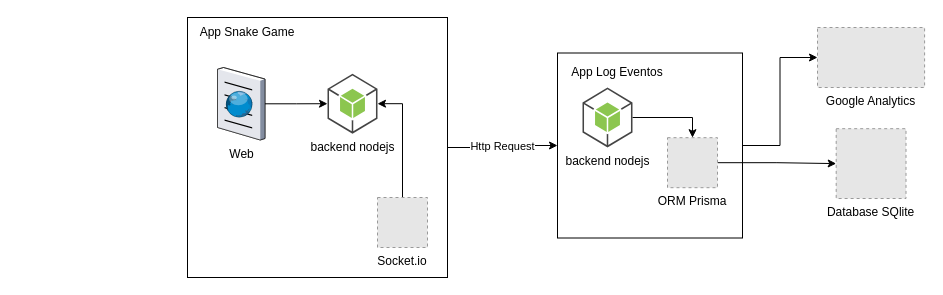
This is Arquitetura Snake Game.drawio from eduardokaique/snakeGame, a draw.io file, before an edit. Source tidied: cells renumbered, new cells numbered last; positions are measured from the earlier drawing's top-left corner, leaving out a move shared by most shapes. Both pictures are drawn from the tidied source at 100%, with x=0, y=0 at pixel (187, 17). Pictures stored in the file or linked from it are replaced by grey dashed boxes.
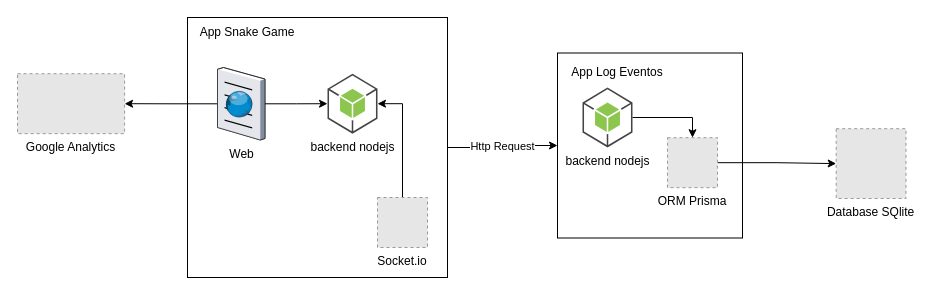
The same diagram, later.

Diff of the diagram source:
```diff
@@
 <mxGraphModel>
   <root>
     <mxCell id="0" />
     <mxCell id="1" parent="0" />
     <mxCell id="2" value="Http Request" style="edgeStyle=orthogonalEdgeStyle;rounded=0;jettySize=auto;html=1;" parent="1" edge="1" source="3" target="6">
       <mxGeometry relative="1" as="geometry" />
     </mxCell>
     <mxCell id="3" style="whiteSpace=wrap;html=1;" parent="1" vertex="1">
       <mxGeometry width="260" height="260" as="geometry" />
     </mxCell>
     <mxCell id="4" value="App Snake Game" style="text;html=1;strokeColor=none;fillColor=none;align=center;verticalAlign=middle;whiteSpace=wrap;rounded=0;" parent="1" vertex="1">
       <mxGeometry x="10" width="100" height="30" as="geometry" />
     </mxCell>
-    <mxCell id="5" style="edgeStyle=orthogonalEdgeStyle;rounded=0;jettySize=auto;html=1;" parent="1" edge="1" source="6" target="17">
-      <mxGeometry relative="1" as="geometry" />
-    </mxCell>
     <mxCell id="6" style="whiteSpace=wrap;html=1;" parent="1" vertex="1">
       <mxGeometry x="370" y="35.5" width="185" height="185" as="geometry" />
     </mxCell>
     <mxCell id="7" value="App Log Eventos" style="text;html=1;strokeColor=none;fillColor=none;align=center;verticalAlign=middle;whiteSpace=wrap;rounded=0;" parent="1" vertex="1">
       <mxGeometry x="380" y="40" width="100" height="30" as="geometry" />
     </mxCell>
     <mxCell id="8" style="edgeStyle=orthogonalEdgeStyle;rounded=0;jettySize=auto;html=1;" parent="1" edge="1" source="9" target="10">
       <mxGeometry relative="1" as="geometry" />
     </mxCell>
+    <mxCell id="19" style="edgeStyle=orthogonalEdgeStyle;rounded=0;jettySize=auto;html=1;" parent="1" edge="1" source="9" target="17">
+      <mxGeometry relative="1" as="geometry" />
+    </mxCell>
     <mxCell id="9" value="Web" style="verticalLabelPosition=bottom;sketch=0;html=1;verticalAlign=top;strokeColor=none;align=center;outlineConnect=0;shape=mxgraph.citrix.browser;" parent="1" vertex="1">
       <mxGeometry x="30" y="50" width="47.5" height="72.5" as="geometry" />
     </mxCell>
     <mxCell id="10" value="backend nodejs" style="outlineConnect=0;dashed=0;verticalLabelPosition=bottom;verticalAlign=top;align=center;html=1;shape=mxgraph.aws3.android;fillColor=#8CC64F;gradientColor=none;" parent="1" vertex="1">
       <mxGeometry x="140" y="56.2" width="50" height="60" as="geometry" />
     </mxCell>
     <mxCell id="11" style="edgeStyle=orthogonalEdgeStyle;rounded=0;jettySize=auto;html=1;entryX=0.5;entryY=0;entryDx=0;entryDy=0;" parent="1" edge="1" source="12" target="16">
       <mxGeometry relative="1" as="geometry" />
     </mxCell>
     <mxCell id="12" value="backend nodejs" style="outlineConnect=0;dashed=0;verticalLabelPosition=bottom;verticalAlign=top;align=center;html=1;shape=mxgraph.aws3.android;fillColor=#8CC64F;gradientColor=none;" parent="1" vertex="1">
       <mxGeometry x="395" y="70" width="50" height="60" as="geometry" />
     </mxCell>
     <mxCell id="13" style="edgeStyle=orthogonalEdgeStyle;rounded=0;jettySize=auto;html=1;entryX=1;entryY=0.5;entryDx=0;entryDy=0;entryPerimeter=0;" parent="1" edge="1" source="14" target="10">
       <mxGeometry relative="1" as="geometry" />
     </mxCell>
     <mxCell id="14" value="Socket.io" style="fillColor=#E6E6E6;strokeColor=#999999;dashed=1;verticalLabelPosition=bottom;verticalAlign=top;" parent="1" vertex="1">
       <mxGeometry x="190" y="180" width="50" height="50" as="geometry" />
     </mxCell>
     <mxCell id="15" style="edgeStyle=orthogonalEdgeStyle;rounded=0;jettySize=auto;html=1;" parent="1" edge="1" source="16" target="18">
       <mxGeometry relative="1" as="geometry" />
     </mxCell>
     <mxCell id="16" value="ORM Prisma" style="fillColor=#E6E6E6;strokeColor=#999999;dashed=1;verticalLabelPosition=bottom;verticalAlign=top;" parent="1" vertex="1">
       <mxGeometry x="480" y="120.2" width="50" height="50" as="geometry" />
     </mxCell>
     <mxCell id="17" value="Google Analytics" style="fillColor=#E6E6E6;strokeColor=#999999;dashed=1;verticalLabelPosition=bottom;verticalAlign=top;" parent="1" vertex="1">
-      <mxGeometry x="630" y="10" width="107.1" height="60" as="geometry" />
+      <mxGeometry x="-170" y="56.2" width="107.1" height="60" as="geometry" />
     </mxCell>
     <mxCell id="18" value="Database SQlite" style="fillColor=#E6E6E6;strokeColor=#999999;dashed=1;verticalLabelPosition=bottom;verticalAlign=top;" parent="1" vertex="1">
       <mxGeometry x="648.7" y="111.2" width="69.8" height="69.8" as="geometry" />
     </mxCell>
   </root>
 </mxGraphModel>
```
